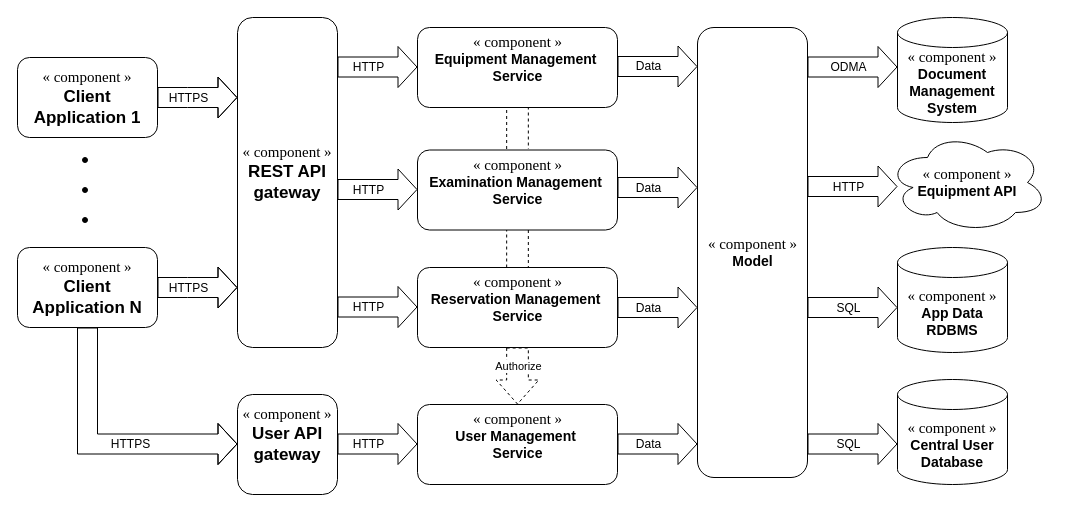
This is viewpoints/img/src/CnC.drawio from patmach/DocSwArch, a draw.io file, before an edit. Source tidied: cells renumbered, new cells numbered last; positions are measured from the earlier drawing's top-left corner, leaving out a move shared by most shapes. Both pictures are drawn from the tidied source at 100%, with x=0, y=0 at pixel (17, 17).
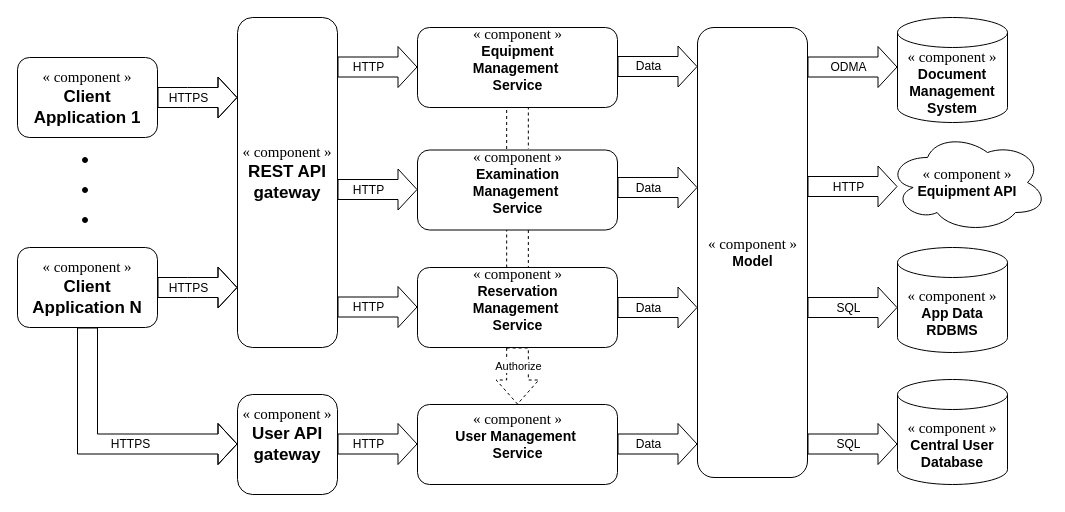
The same page after the edit.

Diff of the diagram source:
```diff
@@
-    <mxCell id="17" value="&lt;font face=&quot;Garamond&quot;&gt;&lt;font style=&quot;font-size: 15px&quot;&gt;« &lt;font style=&quot;font-size: 15px&quot;&gt;component &lt;/font&gt;»&lt;/font&gt;&lt;br&gt;&lt;/font&gt;&lt;b style=&quot;font-size: 14px&quot;&gt;&lt;span&gt;Reservation Management&amp;nbsp;&lt;/span&gt;&lt;br&gt;&lt;span&gt;Service&lt;/span&gt;&lt;br&gt;&lt;br&gt;&lt;/b&gt;" style="html=1;fontSize=12;rounded=1;" parent="1" vertex="1">
+    <mxCell id="17" value="&lt;font face=&quot;Garamond&quot;&gt;&lt;font style=&quot;font-size: 15px&quot;&gt;« &lt;font style=&quot;font-size: 15px&quot;&gt;component &lt;/font&gt;»&lt;/font&gt;&lt;br&gt;&lt;/font&gt;&lt;b style=&quot;font-size: 14px&quot;&gt;&lt;span&gt;Reservation&lt;br&gt;Management&amp;nbsp;&lt;/span&gt;&lt;br&gt;&lt;span&gt;Service&lt;/span&gt;&lt;br&gt;&lt;br&gt;&lt;/b&gt;" style="html=1;fontSize=12;rounded=1;" parent="1" vertex="1">
       <mxGeometry x="400" y="250" width="200" height="80" as="geometry" />
     </mxCell>
@@
-    <mxCell id="19" value="&lt;font face=&quot;Garamond&quot;&gt;&lt;font style=&quot;font-size: 15px&quot;&gt;« &lt;font style=&quot;font-size: 15px&quot;&gt;component &lt;/font&gt;»&lt;/font&gt;&lt;br&gt;&lt;/font&gt;&lt;b style=&quot;font-size: 14px&quot;&gt;&lt;span&gt;Equipment Management&amp;nbsp;&lt;/span&gt;&lt;br&gt;&lt;span&gt;Service&lt;/span&gt;&lt;br&gt;&lt;br&gt;&lt;/b&gt;" style="html=1;fontSize=12;rounded=1;" parent="1" vertex="1">
+    <mxCell id="19" value="&lt;font face=&quot;Garamond&quot;&gt;&lt;font style=&quot;font-size: 15px&quot;&gt;« &lt;font style=&quot;font-size: 15px&quot;&gt;component &lt;/font&gt;»&lt;/font&gt;&lt;br&gt;&lt;/font&gt;&lt;b style=&quot;font-size: 14px&quot;&gt;&lt;span&gt;Equipment&lt;br&gt;Management&amp;nbsp;&lt;/span&gt;&lt;br&gt;&lt;span&gt;Service&lt;/span&gt;&lt;br&gt;&lt;br&gt;&lt;/b&gt;" style="html=1;fontSize=12;rounded=1;" parent="1" vertex="1">
       <mxGeometry x="400" y="10" width="200" height="80" as="geometry" />
     </mxCell>
@@
-    <mxCell id="27" value="&lt;font face=&quot;Garamond&quot;&gt;&lt;font style=&quot;font-size: 15px&quot;&gt;« &lt;font style=&quot;font-size: 15px&quot;&gt;component &lt;/font&gt;»&lt;/font&gt;&lt;br&gt;&lt;/font&gt;&lt;b style=&quot;font-size: 14px&quot;&gt;&lt;span&gt;Examination Management&amp;nbsp;&lt;/span&gt;&lt;br&gt;&lt;span&gt;Service&lt;/span&gt;&lt;br&gt;&lt;br&gt;&lt;/b&gt;" style="html=1;fontSize=12;rounded=1;" parent="1" vertex="1">
+    <mxCell id="27" value="&lt;font face=&quot;Garamond&quot;&gt;&lt;font style=&quot;font-size: 15px&quot;&gt;« &lt;font style=&quot;font-size: 15px&quot;&gt;component &lt;/font&gt;»&lt;/font&gt;&lt;br&gt;&lt;/font&gt;&lt;b style=&quot;font-size: 14px&quot;&gt;&lt;span&gt;Examination&lt;br&gt;Management&amp;nbsp;&lt;/span&gt;&lt;br&gt;&lt;span&gt;Service&lt;/span&gt;&lt;br&gt;&lt;br&gt;&lt;/b&gt;" style="html=1;fontSize=12;rounded=1;" parent="1" vertex="1">
       <mxGeometry x="400" y="132.5" width="200" height="80" as="geometry" />
     </mxCell>
```
